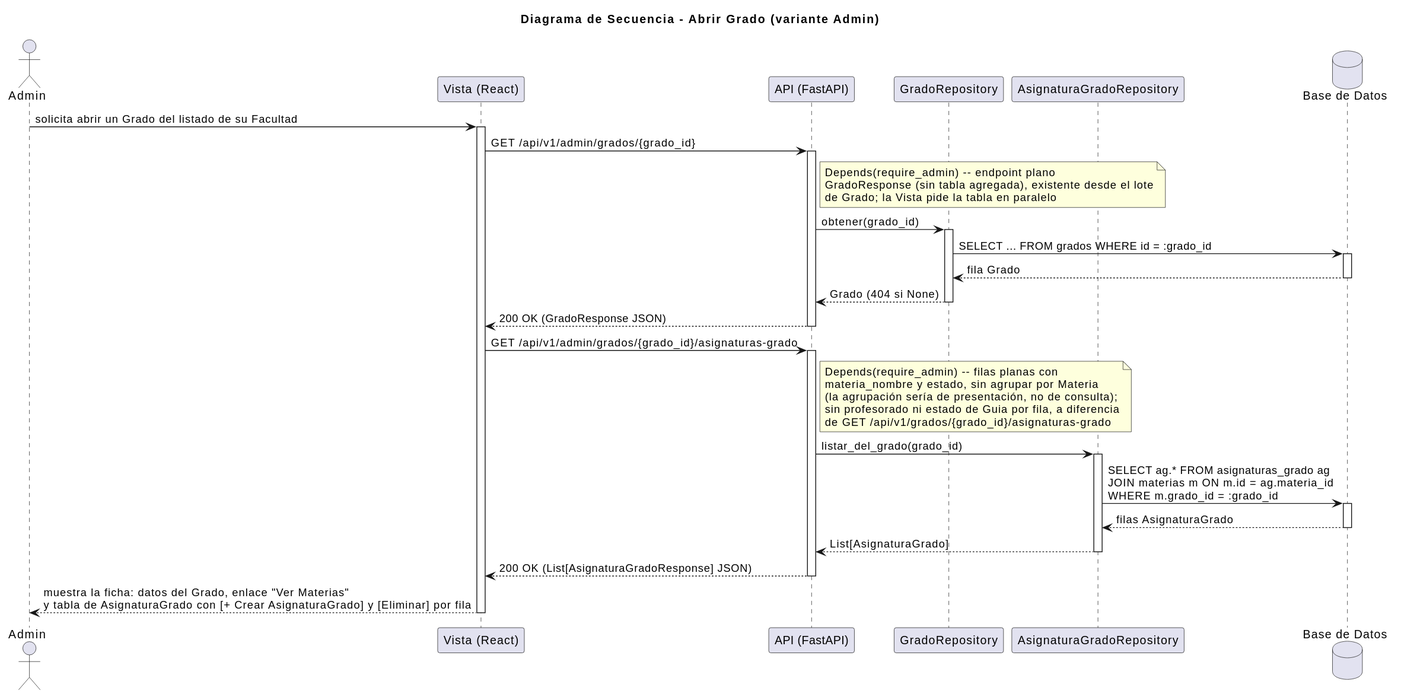
Above: images/RUP/03-diseño/casos-uso/abrirPrograma/secuencia-admin.svg in mmasias/pyCeldaPublico (PlantUML), before the change. The source it was exported from:
```plantuml
@startuml
title Diagrama de Secuencia - Abrir Grado (variante Admin)

actor "Admin" as Admin
participant "Vista (React)" as Vista
participant "API (FastAPI)" as API
participant "GradoRepository" as GradoRepo
participant "AsignaturaGradoRepository" as AsignaturaGradoRepo
database "Base de Datos" as DB

Admin -> Vista: solicita abrir un Grado del listado de su Facultad
activate Vista
Vista -> API: GET /api/v1/admin/grados/{grado_id}
activate API
note right of API: Depends(require_admin) -- endpoint plano\nGradoResponse (sin tabla agregada), existente desde el lote\nde Grado; la Vista pide la tabla en paralelo
API -> GradoRepo: obtener(grado_id)
activate GradoRepo
GradoRepo -> DB: SELECT ... FROM grados WHERE id = :grado_id
activate DB
DB --> GradoRepo: fila Grado
deactivate DB
GradoRepo --> API: Grado (404 si None)
deactivate GradoRepo

API --> Vista: 200 OK (GradoResponse JSON)
deactivate API

Vista -> API: GET /api/v1/admin/grados/{grado_id}/asignaturas-grado
activate API
note right of API: Depends(require_admin) -- filas planas con\nmateria_nombre y estado, sin agrupar por Materia\n(la agrupación sería de presentación, no de consulta);\nsin profesorado ni estado de Guia por fila, a diferencia\nde GET /api/v1/grados/{grado_id}/asignaturas-grado
API -> AsignaturaGradoRepo: listar_del_grado(grado_id)
activate AsignaturaGradoRepo
AsignaturaGradoRepo -> DB: SELECT ag.* FROM asignaturas_grado ag\nJOIN materias m ON m.id = ag.materia_id\nWHERE m.grado_id = :grado_id
activate DB
DB --> AsignaturaGradoRepo: filas AsignaturaGrado
deactivate DB
AsignaturaGradoRepo --> API: List[AsignaturaGrado]
deactivate AsignaturaGradoRepo

API --> Vista: 200 OK (List[AsignaturaGradoResponse] JSON)
deactivate API
Vista --> Admin: muestra la ficha: datos del Grado, enlace "Ver Materias"\ny tabla de AsignaturaGrado con [+ Crear AsignaturaGrado] y [Eliminar] por fila
deactivate Vista
@enduml
```
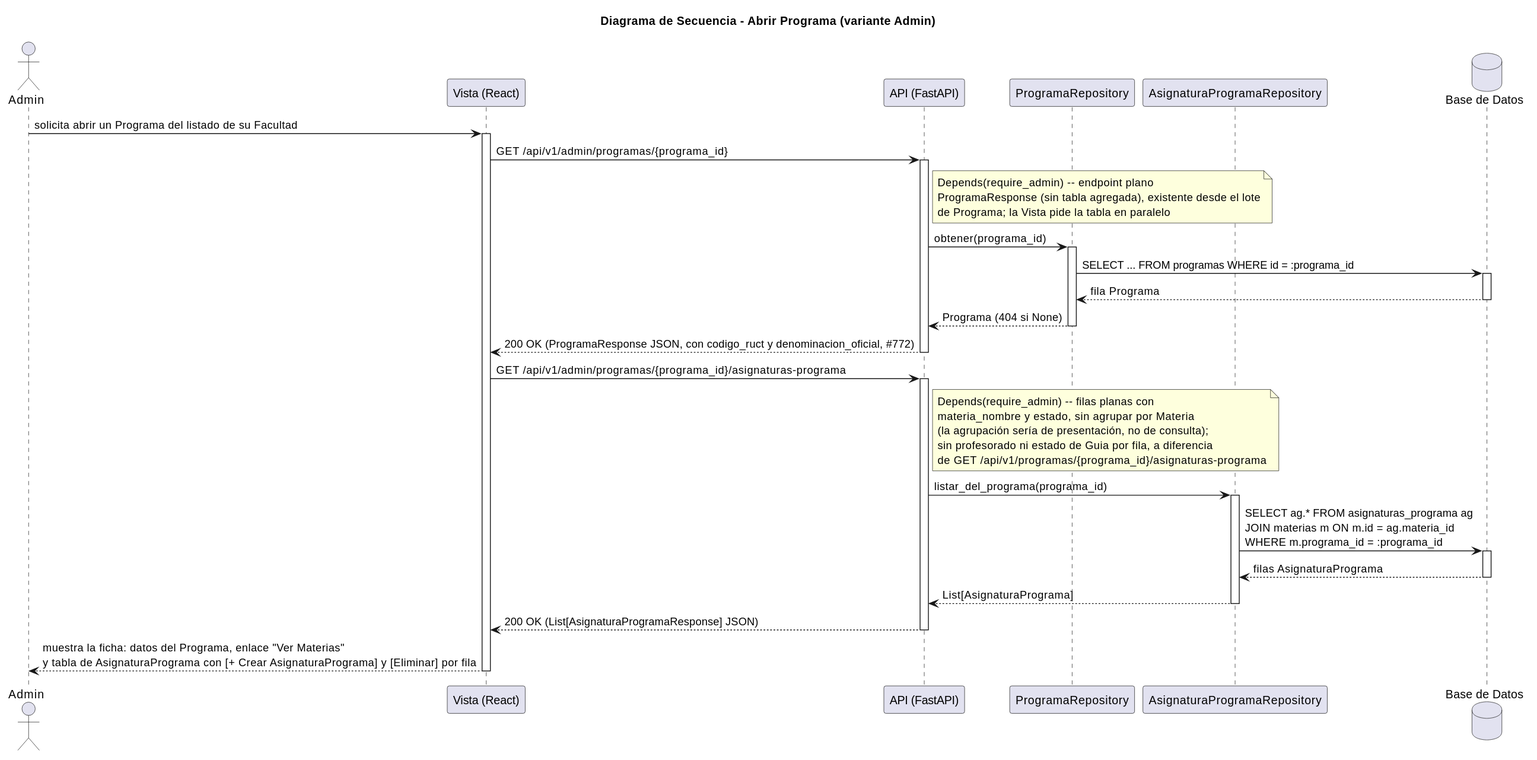
Later version of the same file.

Change to the diagram source:
```diff
@@ -1,44 +1,44 @@
 @startuml
-title Diagrama de Secuencia - Abrir Grado (variante Admin)
+title Diagrama de Secuencia - Abrir Programa (variante Admin)
 
 actor "Admin" as Admin
 participant "Vista (React)" as Vista
 participant "API (FastAPI)" as API
-participant "GradoRepository" as GradoRepo
-participant "AsignaturaGradoRepository" as AsignaturaGradoRepo
+participant "ProgramaRepository" as ProgramaRepo
+participant "AsignaturaProgramaRepository" as AsignaturaProgramaRepo
 database "Base de Datos" as DB
 
-Admin -> Vista: solicita abrir un Grado del listado de su Facultad
+Admin -> Vista: solicita abrir un Programa del listado de su Facultad
 activate Vista
-Vista -> API: GET /api/v1/admin/grados/{grado_id}
+Vista -> API: GET /api/v1/admin/programas/{programa_id}
 activate API
-note right of API: Depends(require_admin) -- endpoint plano\nGradoResponse (sin tabla agregada), existente desde el lote\nde Grado; la Vista pide la tabla en paralelo
-API -> GradoRepo: obtener(grado_id)
-activate GradoRepo
-GradoRepo -> DB: SELECT ... FROM grados WHERE id = :grado_id
+note right of API: Depends(require_admin) -- endpoint plano\nProgramaResponse (sin tabla agregada), existente desde el lote\nde Programa; la Vista pide la tabla en paralelo
+API -> ProgramaRepo: obtener(programa_id)
+activate ProgramaRepo
+ProgramaRepo -> DB: SELECT ... FROM programas WHERE id = :programa_id
 activate DB
-DB --> GradoRepo: fila Grado
+DB --> ProgramaRepo: fila Programa
 deactivate DB
-GradoRepo --> API: Grado (404 si None)
-deactivate GradoRepo
+ProgramaRepo --> API: Programa (404 si None)
+deactivate ProgramaRepo
 
-API --> Vista: 200 OK (GradoResponse JSON)
+API --> Vista: 200 OK (ProgramaResponse JSON, con codigo_ruct y denominacion_oficial, #772)
 deactivate API
 
-Vista -> API: GET /api/v1/admin/grados/{grado_id}/asignaturas-grado
+Vista -> API: GET /api/v1/admin/programas/{programa_id}/asignaturas-programa
 activate API
-note right of API: Depends(require_admin) -- filas planas con\nmateria_nombre y estado, sin agrupar por Materia\n(la agrupación sería de presentación, no de consulta);\nsin profesorado ni estado de Guia por fila, a diferencia\nde GET /api/v1/grados/{grado_id}/asignaturas-grado
-API -> AsignaturaGradoRepo: listar_del_grado(grado_id)
-activate AsignaturaGradoRepo
-AsignaturaGradoRepo -> DB: SELECT ag.* FROM asignaturas_grado ag\nJOIN materias m ON m.id = ag.materia_id\nWHERE m.grado_id = :grado_id
+note right of API: Depends(require_admin) -- filas planas con\nmateria_nombre y estado, sin agrupar por Materia\n(la agrupación sería de presentación, no de consulta);\nsin profesorado ni estado de Guia por fila, a diferencia\nde GET /api/v1/programas/{programa_id}/asignaturas-programa
+API -> AsignaturaProgramaRepo: listar_del_programa(programa_id)
+activate AsignaturaProgramaRepo
+AsignaturaProgramaRepo -> DB: SELECT ag.* FROM asignaturas_programa ag\nJOIN materias m ON m.id = ag.materia_id\nWHERE m.programa_id = :programa_id
 activate DB
-DB --> AsignaturaGradoRepo: filas AsignaturaGrado
+DB --> AsignaturaProgramaRepo: filas AsignaturaPrograma
 deactivate DB
-AsignaturaGradoRepo --> API: List[AsignaturaGrado]
-deactivate AsignaturaGradoRepo
+AsignaturaProgramaRepo --> API: List[AsignaturaPrograma]
+deactivate AsignaturaProgramaRepo
 
-API --> Vista: 200 OK (List[AsignaturaGradoResponse] JSON)
+API --> Vista: 200 OK (List[AsignaturaProgramaResponse] JSON)
 deactivate API
-Vista --> Admin: muestra la ficha: datos del Grado, enlace "Ver Materias"\ny tabla de AsignaturaGrado con [+ Crear AsignaturaGrado] y [Eliminar] por fila
+Vista --> Admin: muestra la ficha: datos del Programa, enlace "Ver Materias"\ny tabla de AsignaturaPrograma con [+ Crear AsignaturaPrograma] y [Eliminar] por fila
 deactivate Vista
 @enduml
```
